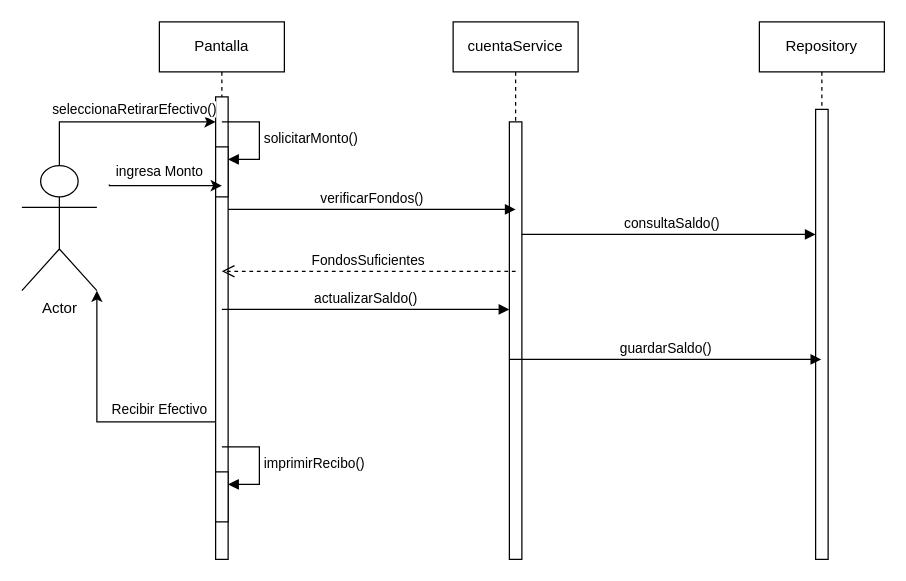
x0Nico/Ejercicios-de-Estudio keeps this draw.io diagram as page "retirarEfectivo" (4 of 11) of Diagrama sin título.drawio. Above is the earlier version. Source tidied: cells renumbered, new cells numbered last; positions are measured from the earlier drawing's top-left corner, leaving out a move shared by most shapes. Both pictures are drawn from the tidied source at 125%, with x=0, y=0 at pixel (21, 21).
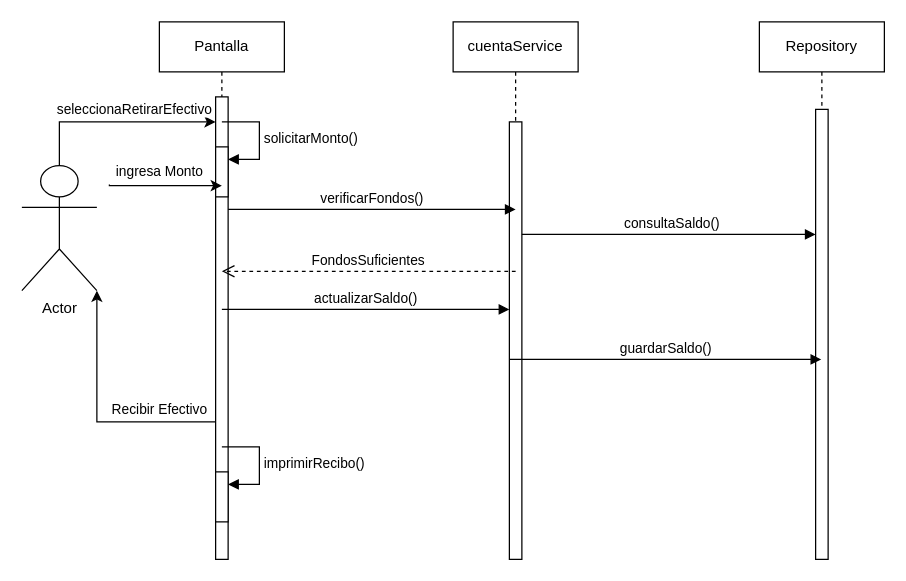
Above is the later version.

The change refers to these unchanged cells:
```xml
<mxCell id="3" style="html=1;points=[];perimeter=orthogonalPerimeter;outlineConnect=0;targetShapes=umlLifeline;portConstraint=eastwest;newEdgeStyle={&quot;edgeStyle&quot;:&quot;elbowEdgeStyle&quot;,&quot;elbow&quot;:&quot;vertical&quot;,&quot;curved&quot;:0,&quot;rounded&quot;:0};" parent="2" vertex="1">
  <mxGeometry x="45" y="60" width="10" height="370" as="geometry" />
</mxCell>
<mxCell id="14" value="Actor" style="shape=umlActor;verticalLabelPosition=bottom;verticalAlign=top;html=1;outlineConnect=0;" parent="1" vertex="1">
  <mxGeometry y="115" width="60" height="100" as="geometry" />
</mxCell>
```

Diff of the diagram source:
```diff
@@
-    <mxCell id="12" value="seleccionaRetirarEfectivo()" style="edgeStyle=orthogonalEdgeStyle;rounded=0;jettySize=auto;html=1;" parent="1" edge="1" source="14" target="3">
+    <mxCell id="12" value="seleccionaRetirarEfectivo" style="edgeStyle=orthogonalEdgeStyle;rounded=0;jettySize=auto;html=1;" parent="1" edge="1" source="14" target="3">
       <mxGeometry x="0.19" y="10" relative="1" as="geometry">
         <Array as="points">
           <mxPoint x="30" y="80" />
         </Array>
       </mxGeometry>
     </mxCell>
```
